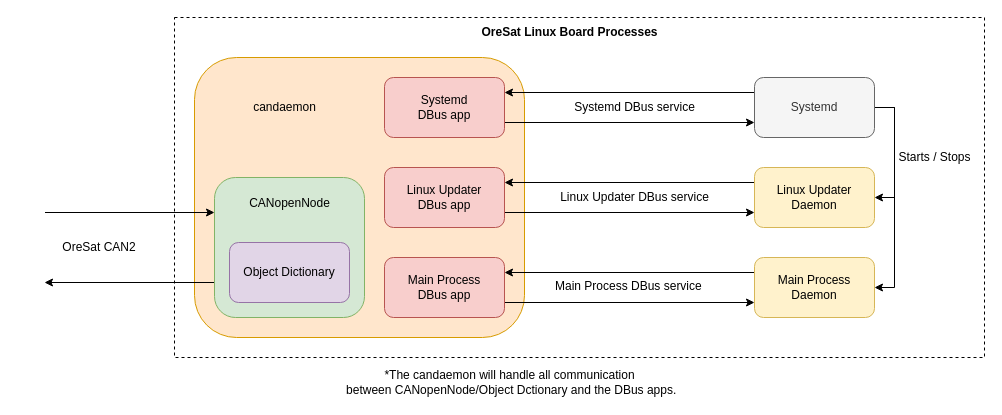
Above: docs/OreSatLinuxDiagram.drawio in oresat/oresat-linux-manager (draw.io), before the change. Source tidied: cells renumbered, new cells numbered last; positions are measured from the earlier drawing's top-left corner, leaving out a move shared by most shapes. Both pictures are drawn from the tidied source at 100%, with x=0, y=0 at pixel (24, 17).
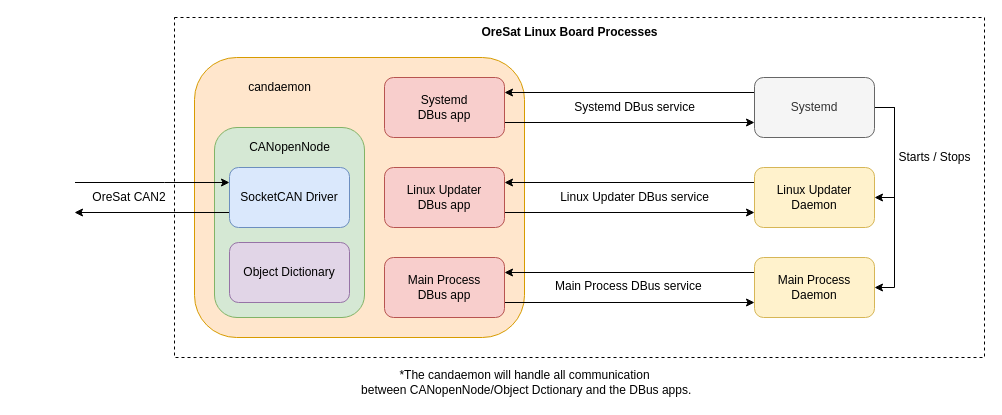
Above is the later version.

Commit message (it also covers changes not shown here):
added CAN driver to diagram

What changed in the source:
```diff
@@
     <mxCell id="3" value="OreSat CAN2" style="text;html=1;strokeColor=none;fillColor=none;align=center;verticalAlign=middle;whiteSpace=wrap;rounded=0;" parent="1" vertex="1">
-      <mxGeometry x="30" y="206" width="90" height="48" as="geometry" />
+      <mxGeometry x="60" y="156" width="90" height="48" as="geometry" />
     </mxCell>
@@
-    <mxCell id="14" style="edgeStyle=orthogonalEdgeStyle;rounded=0;jettySize=auto;html=1;startArrow=classic;startFill=1;endArrow=none;endFill=0;exitX=1;exitY=0.75;exitDx=0;exitDy=0;entryX=0;entryY=0.75;entryDx=0;entryDy=0;" parent="1" edge="1" source="16" target="27">
-      <mxGeometry relative="1" as="geometry" />
-    </mxCell>
-    <mxCell id="15" style="edgeStyle=orthogonalEdgeStyle;rounded=0;jettySize=auto;html=1;startArrow=none;startFill=0;endArrow=classic;endFill=1;exitX=1;exitY=0.25;exitDx=0;exitDy=0;entryX=0;entryY=0.25;entryDx=0;entryDy=0;" parent="1" edge="1" source="16" target="27">
-      <mxGeometry relative="1" as="geometry">
-        <Array as="points">
-          <mxPoint y="195" />
-        </Array>
-      </mxGeometry>
-    </mxCell>
-    <mxCell id="16" style="rounded=1;whiteSpace=wrap;html=1;strokeColor=#FFFFFF;" parent="1" vertex="1">
-      <mxGeometry y="160" width="20" height="140" as="geometry" />
-    </mxCell>
@@
     <mxCell id="26" value="candaemon" style="text;html=1;align=center;verticalAlign=middle;" parent="1" vertex="1">
-      <mxGeometry x="220" y="80" width="80" height="20" as="geometry" />
+      <mxGeometry x="215" y="60" width="80" height="20" as="geometry" />
     </mxCell>
     <mxCell id="27" style="rounded=1;whiteSpace=wrap;html=1;strokeColor=#82b366;fillColor=#d5e8d4;" parent="1" vertex="1">
-      <mxGeometry x="190" y="160" width="150" height="140" as="geometry" />
+      <mxGeometry x="190" y="110" width="150" height="190" as="geometry" />
     </mxCell>
@@
     <mxCell id="29" value="CANopenNode" style="text;html=1;align=center;verticalAlign=middle;" parent="1" vertex="1">
-      <mxGeometry x="215" y="176" width="100" height="20" as="geometry" />
+      <mxGeometry x="215" y="120" width="100" height="20" as="geometry" />
     </mxCell>
     <mxCell id="30" value="*The candaemon will handle all c&lt;span class=&quot;module__title__link&quot;&gt;ommunication&lt;/span&gt;&lt;br&gt;&amp;nbsp;between CANopenNode/Object Dctionary and the DBus apps." style="text;html=1;align=center;verticalAlign=middle;" parent="1" vertex="1">
-      <mxGeometry x="300" y="350" width="370" height="30" as="geometry" />
+      <mxGeometry x="315" y="350" width="370" height="30" as="geometry" />
     </mxCell>
@@
+    <mxCell id="15" style="edgeStyle=orthogonalEdgeStyle;rounded=0;jettySize=auto;html=1;startArrow=none;startFill=0;endArrow=classic;endFill=1;entryX=0;entryY=0.25;entryDx=0;entryDy=0;exitX=1;exitY=0.25;exitDx=0;exitDy=0;" parent="1" edge="1" source="33" target="32">
+      <mxGeometry relative="1" as="geometry">
+        <Array as="points">
+          <mxPoint x="140" y="165" />
+          <mxPoint x="140" y="165" />
+        </Array>
+      </mxGeometry>
+    </mxCell>
+    <mxCell id="14" style="edgeStyle=orthogonalEdgeStyle;rounded=0;jettySize=auto;html=1;startArrow=classic;startFill=1;endArrow=none;endFill=0;exitX=1;exitY=0.75;exitDx=0;exitDy=0;entryX=0;entryY=0.75;entryDx=0;entryDy=0;" parent="1" edge="1" source="33" target="32">
+      <mxGeometry relative="1" as="geometry" />
+    </mxCell>
+    <mxCell id="32" value="SocketCAN Driver" style="rounded=1;whiteSpace=wrap;html=1;strokeColor=#6c8ebf;fillColor=#dae8fc;" parent="1" vertex="1">
+      <mxGeometry x="205" y="150" width="120" height="60" as="geometry" />
+    </mxCell>
+    <mxCell id="33" style="rounded=1;whiteSpace=wrap;html=1;strokeColor=#FFFFFF;" parent="1" vertex="1">
+      <mxGeometry x="30" y="150" width="20" height="60" as="geometry" />
+    </mxCell>
```
